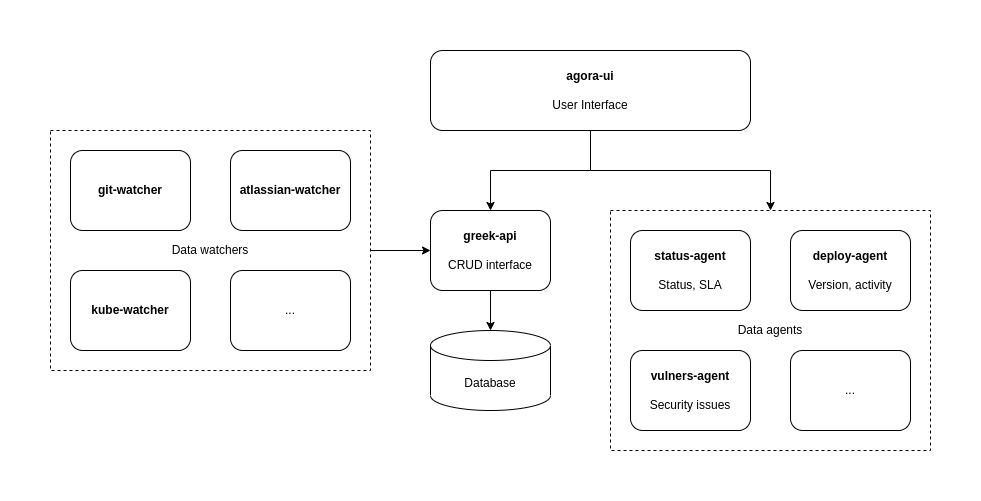
Above: assets/greek.drawio.png in agrrh/greek (draw.io), before the change. Source tidied: cells renumbered, new cells last; positions are measured from the earlier drawing's top-left corner, leaving out a move shared by most shapes. Source of this version:
```xml
<mxGraphModel>
  <root>
    <mxCell id="0" />
    <mxCell id="1" parent="0" />
    <mxCell id="2" style="edgeStyle=orthogonalEdgeStyle;rounded=0;jettySize=auto;html=1;exitX=1;exitY=0.5;exitDx=0;exitDy=0;entryX=0;entryY=0.5;entryDx=0;entryDy=0;" parent="1" edge="1" source="3" target="7">
      <mxGeometry relative="1" as="geometry" />
    </mxCell>
    <mxCell id="3" value="Data watchers" style="rounded=0;whiteSpace=wrap;html=1;dashed=1;" parent="1" vertex="1">
      <mxGeometry y="80" width="320" height="240" as="geometry" />
    </mxCell>
    <mxCell id="4" value="Data agents" style="rounded=0;whiteSpace=wrap;html=1;dashed=1;" parent="1" vertex="1">
      <mxGeometry x="560" y="160" width="320" height="240" as="geometry" />
    </mxCell>
    <mxCell id="5" value="Database" style="shape=cylinder3;whiteSpace=wrap;html=1;boundedLbl=1;backgroundOutline=1;size=15;" parent="1" vertex="1">
      <mxGeometry x="380" y="280" width="120" height="80" as="geometry" />
    </mxCell>
    <mxCell id="6" style="edgeStyle=orthogonalEdgeStyle;rounded=0;jettySize=auto;html=1;exitX=0.5;exitY=1;exitDx=0;exitDy=0;entryX=0.5;entryY=0;entryDx=0;entryDy=0;entryPerimeter=0;" parent="1" edge="1" source="7" target="5">
      <mxGeometry relative="1" as="geometry" />
    </mxCell>
    <mxCell id="7" value="&lt;b&gt;greek-api&lt;/b&gt;&lt;br&gt;&lt;br&gt;CRUD interface" style="rounded=1;whiteSpace=wrap;html=1;strokeWidth=1;" parent="1" vertex="1">
      <mxGeometry x="380" y="160" width="120" height="80" as="geometry" />
    </mxCell>
    <mxCell id="8" style="edgeStyle=orthogonalEdgeStyle;rounded=0;jettySize=auto;html=1;exitX=0.5;exitY=1;exitDx=0;exitDy=0;entryX=0.5;entryY=0;entryDx=0;entryDy=0;" parent="1" edge="1" source="10" target="7">
      <mxGeometry relative="1" as="geometry" />
    </mxCell>
    <mxCell id="9" style="edgeStyle=orthogonalEdgeStyle;rounded=0;jettySize=auto;html=1;exitX=0.5;exitY=1;exitDx=0;exitDy=0;entryX=0.5;entryY=0;entryDx=0;entryDy=0;" parent="1" edge="1" source="10" target="4">
      <mxGeometry relative="1" as="geometry" />
    </mxCell>
    <mxCell id="10" value="&lt;b&gt;agora-ui&lt;/b&gt;&lt;br&gt;&lt;br&gt;User Interface" style="rounded=1;whiteSpace=wrap;html=1;" parent="1" vertex="1">
      <mxGeometry x="380" width="320" height="80" as="geometry" />
    </mxCell>
    <mxCell id="11" value="&lt;b&gt;git-watcher&lt;/b&gt;" style="rounded=1;whiteSpace=wrap;html=1;" parent="1" vertex="1">
      <mxGeometry x="20" y="100" width="120" height="80" as="geometry" />
    </mxCell>
    <mxCell id="12" value="&lt;b&gt;status-agent&lt;/b&gt;&lt;br&gt;&lt;br&gt;Status, SLA" style="rounded=1;whiteSpace=wrap;html=1;" parent="1" vertex="1">
      <mxGeometry x="580" y="180" width="120" height="80" as="geometry" />
    </mxCell>
    <mxCell id="13" value="&lt;b&gt;deploy-agent&lt;/b&gt;&lt;br&gt;&lt;br&gt;Version, activity" style="rounded=1;whiteSpace=wrap;html=1;" parent="1" vertex="1">
      <mxGeometry x="740" y="180" width="120" height="80" as="geometry" />
    </mxCell>
    <mxCell id="14" value="&lt;b&gt;vulners-agent&lt;/b&gt;&lt;br&gt;&lt;br&gt;Security issues" style="rounded=1;whiteSpace=wrap;html=1;" parent="1" vertex="1">
      <mxGeometry x="580" y="300" width="120" height="80" as="geometry" />
    </mxCell>
    <mxCell id="15" value="..." style="rounded=1;whiteSpace=wrap;html=1;" parent="1" vertex="1">
      <mxGeometry x="740" y="300" width="120" height="80" as="geometry" />
    </mxCell>
    <mxCell id="16" value="&lt;b&gt;atlassian-watcher&lt;/b&gt;" style="rounded=1;whiteSpace=wrap;html=1;" parent="1" vertex="1">
      <mxGeometry x="180" y="100" width="120" height="80" as="geometry" />
    </mxCell>
    <mxCell id="17" value="&lt;b&gt;kube-watcher&lt;/b&gt;" style="rounded=1;whiteSpace=wrap;html=1;" parent="1" vertex="1">
      <mxGeometry x="20" y="220" width="120" height="80" as="geometry" />
    </mxCell>
    <mxCell id="18" value="..." style="rounded=1;whiteSpace=wrap;html=1;" parent="1" vertex="1">
      <mxGeometry x="180" y="220" width="120" height="80" as="geometry" />
    </mxCell>
  </root>
</mxGraphModel>
```
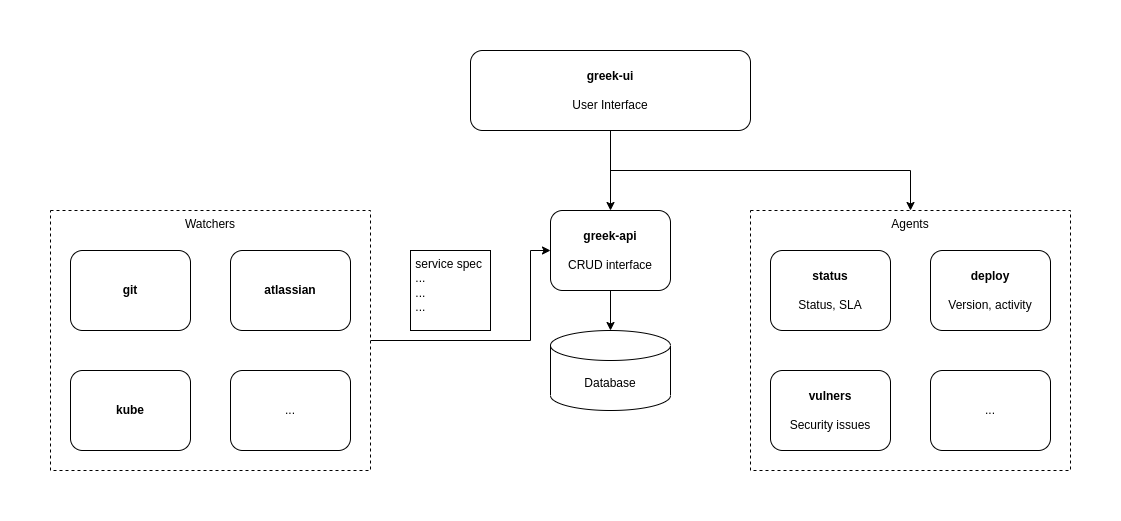
The same diagram one commit later.

The edit, as a diff of the source:
```diff
@@ -3,22 +3,27 @@
     <mxCell id="0" />
     <mxCell id="1" parent="0" />
     <mxCell id="2" style="edgeStyle=orthogonalEdgeStyle;rounded=0;jettySize=auto;html=1;exitX=1;exitY=0.5;exitDx=0;exitDy=0;entryX=0;entryY=0.5;entryDx=0;entryDy=0;" parent="1" edge="1" source="3" target="7">
-      <mxGeometry relative="1" as="geometry" />
+      <mxGeometry relative="1" as="geometry">
+        <Array as="points">
+          <mxPoint x="440" y="290" />
+          <mxPoint x="440" y="200" />
+        </Array>
+      </mxGeometry>
     </mxCell>
-    <mxCell id="3" value="Data watchers" style="rounded=0;whiteSpace=wrap;html=1;dashed=1;" parent="1" vertex="1">
-      <mxGeometry y="80" width="320" height="240" as="geometry" />
+    <mxCell id="3" value="Watchers" style="rounded=0;whiteSpace=wrap;html=1;dashed=1;verticalAlign=top;" parent="1" vertex="1">
+      <mxGeometry x="-40" y="160" width="320" height="260" as="geometry" />
     </mxCell>
-    <mxCell id="4" value="Data agents" style="rounded=0;whiteSpace=wrap;html=1;dashed=1;" parent="1" vertex="1">
-      <mxGeometry x="560" y="160" width="320" height="240" as="geometry" />
+    <mxCell id="4" value="Agents" style="rounded=0;whiteSpace=wrap;html=1;dashed=1;verticalAlign=top;" parent="1" vertex="1">
+      <mxGeometry x="660" y="160" width="320" height="260" as="geometry" />
     </mxCell>
     <mxCell id="5" value="Database" style="shape=cylinder3;whiteSpace=wrap;html=1;boundedLbl=1;backgroundOutline=1;size=15;" parent="1" vertex="1">
-      <mxGeometry x="380" y="280" width="120" height="80" as="geometry" />
+      <mxGeometry x="460" y="280" width="120" height="80" as="geometry" />
     </mxCell>
     <mxCell id="6" style="edgeStyle=orthogonalEdgeStyle;rounded=0;jettySize=auto;html=1;exitX=0.5;exitY=1;exitDx=0;exitDy=0;entryX=0.5;entryY=0;entryDx=0;entryDy=0;entryPerimeter=0;" parent="1" edge="1" source="7" target="5">
       <mxGeometry relative="1" as="geometry" />
     </mxCell>
     <mxCell id="7" value="&lt;b&gt;greek-api&lt;/b&gt;&lt;br&gt;&lt;br&gt;CRUD interface" style="rounded=1;whiteSpace=wrap;html=1;strokeWidth=1;" parent="1" vertex="1">
-      <mxGeometry x="380" y="160" width="120" height="80" as="geometry" />
+      <mxGeometry x="460" y="160" width="120" height="80" as="geometry" />
     </mxCell>
     <mxCell id="8" style="edgeStyle=orthogonalEdgeStyle;rounded=0;jettySize=auto;html=1;exitX=0.5;exitY=1;exitDx=0;exitDy=0;entryX=0.5;entryY=0;entryDx=0;entryDy=0;" parent="1" edge="1" source="10" target="7">
       <mxGeometry relative="1" as="geometry" />
@@ -26,32 +31,35 @@
     <mxCell id="9" style="edgeStyle=orthogonalEdgeStyle;rounded=0;jettySize=auto;html=1;exitX=0.5;exitY=1;exitDx=0;exitDy=0;entryX=0.5;entryY=0;entryDx=0;entryDy=0;" parent="1" edge="1" source="10" target="4">
       <mxGeometry relative="1" as="geometry" />
     </mxCell>
-    <mxCell id="10" value="&lt;b&gt;agora-ui&lt;/b&gt;&lt;br&gt;&lt;br&gt;User Interface" style="rounded=1;whiteSpace=wrap;html=1;" parent="1" vertex="1">
-      <mxGeometry x="380" width="320" height="80" as="geometry" />
+    <mxCell id="10" value="&lt;b&gt;greek-ui&lt;/b&gt;&lt;br&gt;&lt;br&gt;User Interface" style="rounded=1;whiteSpace=wrap;html=1;" parent="1" vertex="1">
+      <mxGeometry x="380" width="280" height="80" as="geometry" />
     </mxCell>
-    <mxCell id="11" value="&lt;b&gt;git-watcher&lt;/b&gt;" style="rounded=1;whiteSpace=wrap;html=1;" parent="1" vertex="1">
-      <mxGeometry x="20" y="100" width="120" height="80" as="geometry" />
+    <mxCell id="11" value="&lt;b&gt;git&lt;/b&gt;" style="rounded=1;whiteSpace=wrap;html=1;" parent="1" vertex="1">
+      <mxGeometry x="-20" y="200" width="120" height="80" as="geometry" />
     </mxCell>
-    <mxCell id="12" value="&lt;b&gt;status-agent&lt;/b&gt;&lt;br&gt;&lt;br&gt;Status, SLA" style="rounded=1;whiteSpace=wrap;html=1;" parent="1" vertex="1">
-      <mxGeometry x="580" y="180" width="120" height="80" as="geometry" />
+    <mxCell id="12" value="&lt;b&gt;status&lt;/b&gt;&lt;br&gt;&lt;br&gt;Status, SLA" style="rounded=1;whiteSpace=wrap;html=1;" parent="1" vertex="1">
+      <mxGeometry x="680" y="200" width="120" height="80" as="geometry" />
     </mxCell>
-    <mxCell id="13" value="&lt;b&gt;deploy-agent&lt;/b&gt;&lt;br&gt;&lt;br&gt;Version, activity" style="rounded=1;whiteSpace=wrap;html=1;" parent="1" vertex="1">
-      <mxGeometry x="740" y="180" width="120" height="80" as="geometry" />
+    <mxCell id="13" value="&lt;b&gt;deploy&lt;/b&gt;&lt;br&gt;&lt;br&gt;Version, activity" style="rounded=1;whiteSpace=wrap;html=1;" parent="1" vertex="1">
+      <mxGeometry x="840" y="200" width="120" height="80" as="geometry" />
     </mxCell>
-    <mxCell id="14" value="&lt;b&gt;vulners-agent&lt;/b&gt;&lt;br&gt;&lt;br&gt;Security issues" style="rounded=1;whiteSpace=wrap;html=1;" parent="1" vertex="1">
-      <mxGeometry x="580" y="300" width="120" height="80" as="geometry" />
+    <mxCell id="14" value="&lt;b&gt;vulners&lt;/b&gt;&lt;br&gt;&lt;br&gt;Security issues" style="rounded=1;whiteSpace=wrap;html=1;" parent="1" vertex="1">
+      <mxGeometry x="680" y="320" width="120" height="80" as="geometry" />
     </mxCell>
     <mxCell id="15" value="..." style="rounded=1;whiteSpace=wrap;html=1;" parent="1" vertex="1">
-      <mxGeometry x="740" y="300" width="120" height="80" as="geometry" />
+      <mxGeometry x="840" y="320" width="120" height="80" as="geometry" />
     </mxCell>
-    <mxCell id="16" value="&lt;b&gt;atlassian-watcher&lt;/b&gt;" style="rounded=1;whiteSpace=wrap;html=1;" parent="1" vertex="1">
-      <mxGeometry x="180" y="100" width="120" height="80" as="geometry" />
+    <mxCell id="16" value="&lt;b&gt;atlassian&lt;/b&gt;" style="rounded=1;whiteSpace=wrap;html=1;" parent="1" vertex="1">
+      <mxGeometry x="140" y="200" width="120" height="80" as="geometry" />
     </mxCell>
-    <mxCell id="17" value="&lt;b&gt;kube-watcher&lt;/b&gt;" style="rounded=1;whiteSpace=wrap;html=1;" parent="1" vertex="1">
-      <mxGeometry x="20" y="220" width="120" height="80" as="geometry" />
+    <mxCell id="17" value="&lt;b&gt;kube&lt;/b&gt;" style="rounded=1;whiteSpace=wrap;html=1;" parent="1" vertex="1">
+      <mxGeometry x="-20" y="320" width="120" height="80" as="geometry" />
     </mxCell>
     <mxCell id="18" value="..." style="rounded=1;whiteSpace=wrap;html=1;" parent="1" vertex="1">
-      <mxGeometry x="180" y="220" width="120" height="80" as="geometry" />
+      <mxGeometry x="140" y="320" width="120" height="80" as="geometry" />
     </mxCell>
+    <mxCell id="19" value="&amp;nbsp;service spec&lt;br&gt;&amp;nbsp;...&lt;br&gt;&amp;nbsp;...&lt;br&gt;&amp;nbsp;..." style="rounded=0;whiteSpace=wrap;html=1;verticalAlign=top;align=left;" parent="1" vertex="1">
+      <mxGeometry x="320" y="200" width="80" height="80" as="geometry" />
+    </mxCell>
   </root>
 </mxGraphModel>
```
